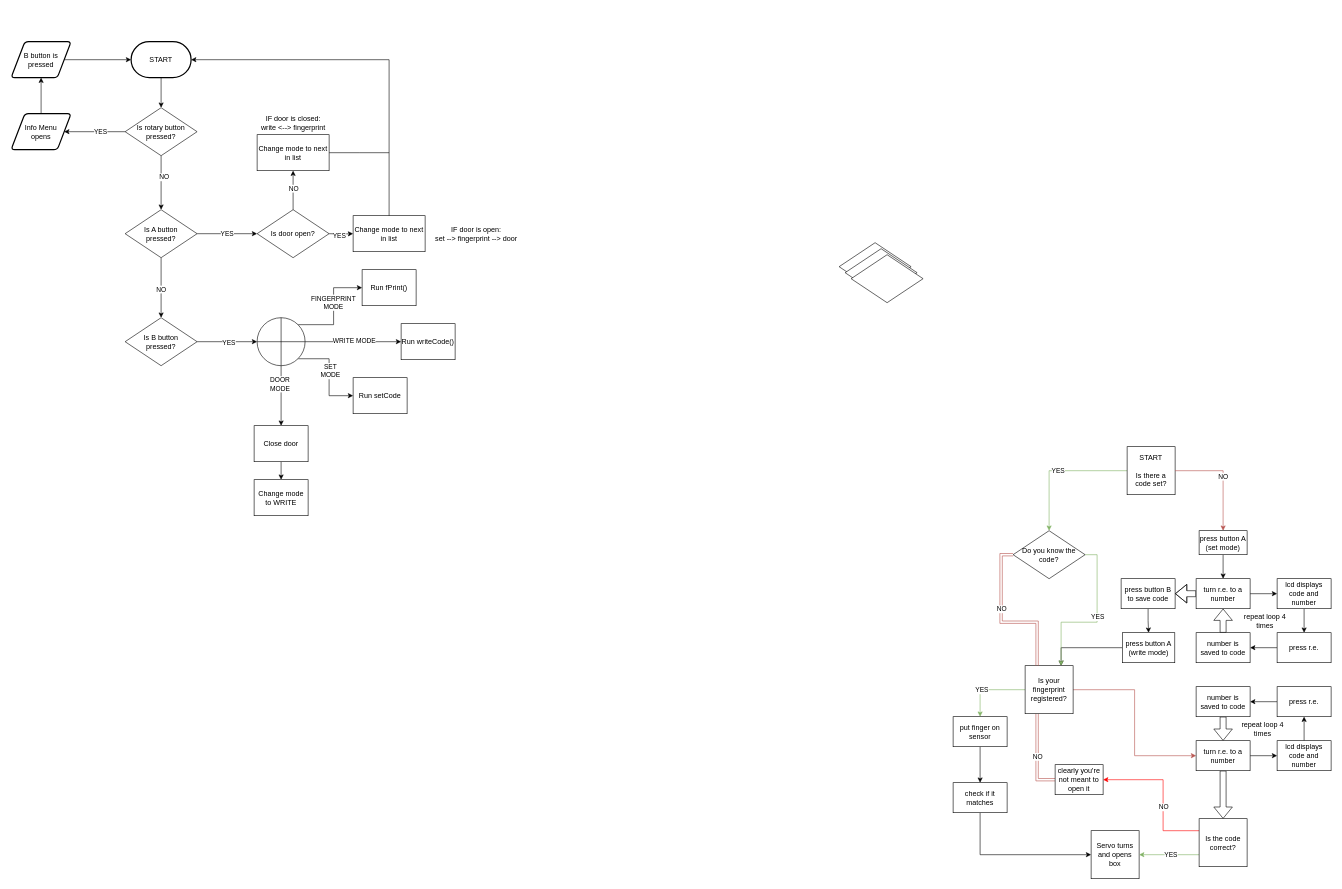
This is Untitled Diagram.drawio from jvaugha3038/Capstone_project, a draw.io file, before an edit. Source tidied: cells renumbered, new cells numbered last; positions are measured from the earlier drawing's top-left corner, leaving out a move shared by most shapes. Both pictures are drawn from the tidied source at 60%, with x=0, y=0 at pixel (11, 41).
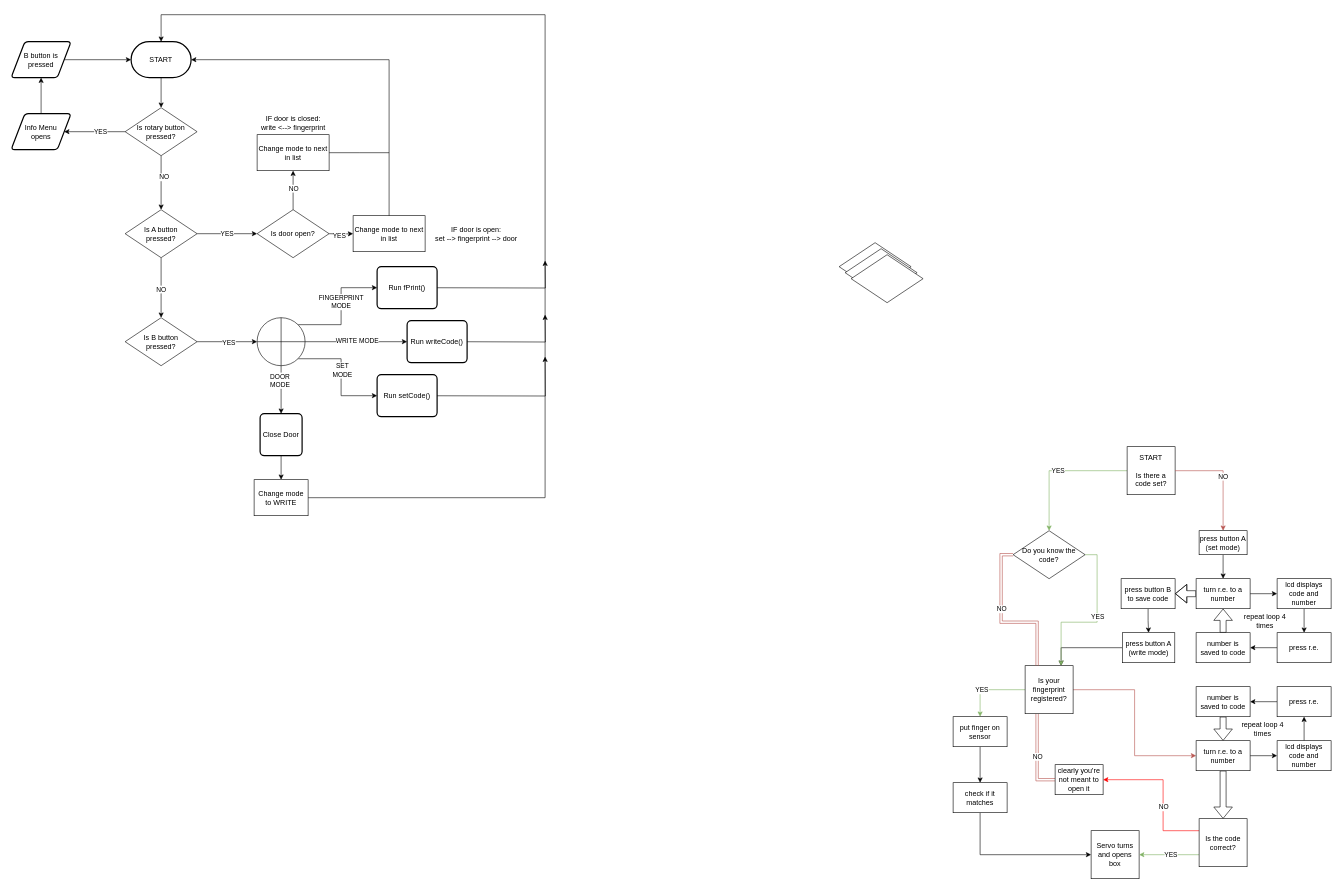
The same page after the edit.

Unchanged cells that the change refers to:
```xml
<mxCell id="59" value="START" style="strokeWidth=2;html=1;shape=mxgraph.flowchart.terminator;whiteSpace=wrap;" parent="1" vertex="1">
  <mxGeometry x="200" width="100" height="60" as="geometry" />
</mxCell>
<mxCell id="86" value="Change mode to WRITE" style="rounded=0;whiteSpace=wrap;html=1;" parent="1" vertex="1">
  <mxGeometry x="405" y="730" width="90" height="60" as="geometry" />
</mxCell>
<mxCell id="96" style="verticalLabelPosition=bottom;verticalAlign=top;html=1;shape=mxgraph.flowchart.summing_function;" parent="1" vertex="1">
  <mxGeometry x="410" y="460" width="80" height="80" as="geometry" />
</mxCell>
```

What changed in the source:
```diff
@@
-    <mxCell id="28" value="Run writeCode()" style="rounded=0;whiteSpace=wrap;html=1;" parent="1" vertex="1">
-      <mxGeometry x="650" y="470" width="90" height="60" as="geometry" />
-    </mxCell>
-    <mxCell id="29" value="Run setCode" style="rounded=0;whiteSpace=wrap;html=1;" parent="1" vertex="1">
-      <mxGeometry x="570" y="560" width="90" height="60" as="geometry" />
-    </mxCell>
+    <mxCell id="101" style="edgeStyle=orthogonalEdgeStyle;rounded=0;orthogonalLoop=1;jettySize=auto;html=1;exitX=1;exitY=0.5;exitDx=0;exitDy=0;" parent="1" edge="1">
+      <mxGeometry relative="1" as="geometry">
+        <mxPoint x="740" y="500" as="sourcePoint" />
+        <mxPoint x="890" y="455" as="targetPoint" />
+      </mxGeometry>
+    </mxCell>
+    <mxCell id="102" style="edgeStyle=orthogonalEdgeStyle;rounded=0;orthogonalLoop=1;jettySize=auto;html=1;exitX=1;exitY=0.5;exitDx=0;exitDy=0;" parent="1" edge="1">
+      <mxGeometry relative="1" as="geometry">
+        <mxPoint x="660" y="590" as="sourcePoint" />
+        <mxPoint x="890" y="525" as="targetPoint" />
+      </mxGeometry>
+    </mxCell>
-    <mxCell id="30" style="edgeStyle=orthogonalEdgeStyle;rounded=0;jettySize=auto;html=1;exitX=0.5;exitY=1;exitDx=0;exitDy=0;entryX=0.5;entryY=0;entryDx=0;entryDy=0;" parent="1" edge="1" source="31" target="86">
+    <mxCell id="30" style="edgeStyle=orthogonalEdgeStyle;rounded=0;jettySize=auto;html=1;exitX=0.5;exitY=1;exitDx=0;exitDy=0;entryX=0.5;entryY=0;entryDx=0;entryDy=0;" parent="1" edge="1" source="105" target="86">
       <mxGeometry relative="1" as="geometry" />
     </mxCell>
-    <mxCell id="31" value="Close door" style="rounded=0;whiteSpace=wrap;html=1;" parent="1" vertex="1">
-      <mxGeometry x="405" y="640" width="90" height="60" as="geometry" />
-    </mxCell>
@@
+    <mxCell id="103" style="edgeStyle=orthogonalEdgeStyle;rounded=0;jettySize=auto;html=1;exitX=1;exitY=0.5;exitDx=0;exitDy=0;entryX=0.5;entryY=0;entryDx=0;entryDy=0;entryPerimeter=0;" parent="1" edge="1" source="86" target="59">
+      <mxGeometry relative="1" as="geometry">
+        <Array as="points">
+          <mxPoint x="890" y="760" />
+          <mxPoint x="890" y="-45" />
+          <mxPoint x="250" y="-45" />
+        </Array>
+      </mxGeometry>
+    </mxCell>
@@
-    <mxCell id="87" value="Run fPrint()" style="rounded=0;whiteSpace=wrap;html=1;" parent="1" vertex="1">
-      <mxGeometry x="585" y="380" width="90" height="60" as="geometry" />
-    </mxCell>
+    <mxCell id="104" style="edgeStyle=orthogonalEdgeStyle;rounded=0;orthogonalLoop=1;jettySize=auto;html=1;exitX=1;exitY=0.5;exitDx=0;exitDy=0;" parent="1" edge="1">
+      <mxGeometry relative="1" as="geometry">
+        <mxPoint x="675" y="410" as="sourcePoint" />
+        <mxPoint x="890" y="365" as="targetPoint" />
+      </mxGeometry>
+    </mxCell>
-    <mxCell id="88" style="edgeStyle=orthogonalEdgeStyle;rounded=0;jettySize=auto;html=1;exitX=0.5;exitY=1;exitDx=0;exitDy=0;exitPerimeter=0;entryX=0.5;entryY=0;entryDx=0;entryDy=0;" parent="1" edge="1" source="96" target="31">
+    <mxCell id="88" style="edgeStyle=orthogonalEdgeStyle;rounded=0;jettySize=auto;html=1;exitX=0.5;exitY=1;exitDx=0;exitDy=0;exitPerimeter=0;entryX=0.5;entryY=0;entryDx=0;entryDy=0;" parent="1" edge="1" source="96" target="105">
       <mxGeometry relative="1" as="geometry" />
     </mxCell>
@@
-    <mxCell id="94" style="edgeStyle=orthogonalEdgeStyle;rounded=0;jettySize=auto;html=1;exitX=0.855;exitY=0.855;exitDx=0;exitDy=0;exitPerimeter=0;entryX=0;entryY=0.5;entryDx=0;entryDy=0;" parent="1" edge="1" source="96" target="29">
+    <mxCell id="94" style="edgeStyle=orthogonalEdgeStyle;rounded=0;jettySize=auto;html=1;exitX=0.855;exitY=0.855;exitDx=0;exitDy=0;exitPerimeter=0;entryX=0;entryY=0.5;entryDx=0;entryDy=0;" parent="1" edge="1" source="96" target="106">
       <mxGeometry relative="1" as="geometry" />
     </mxCell>
@@
+    <mxCell id="105" value="Close Door" style="rounded=1;whiteSpace=wrap;html=1;absoluteArcSize=1;arcSize=14;strokeWidth=2;" parent="1" vertex="1">
+      <mxGeometry x="415" y="620" width="70" height="70" as="geometry" />
+    </mxCell>
+    <mxCell id="106" value="Run setCode()" style="rounded=1;whiteSpace=wrap;html=1;absoluteArcSize=1;arcSize=14;strokeWidth=2;" parent="1" vertex="1">
+      <mxGeometry x="610" y="555" width="100" height="70" as="geometry" />
+    </mxCell>
+    <mxCell id="28" value="Run writeCode()" style="rounded=1;whiteSpace=wrap;html=1;absoluteArcSize=1;arcSize=14;strokeWidth=2;" parent="1" vertex="1">
+      <mxGeometry x="660" y="465" width="100" height="70" as="geometry" />
+    </mxCell>
+    <mxCell id="87" value="Run fPrint()" style="rounded=1;whiteSpace=wrap;html=1;absoluteArcSize=1;arcSize=14;strokeWidth=2;" parent="1" vertex="1">
+      <mxGeometry x="610" y="375" width="100" height="70" as="geometry" />
+    </mxCell>
```
